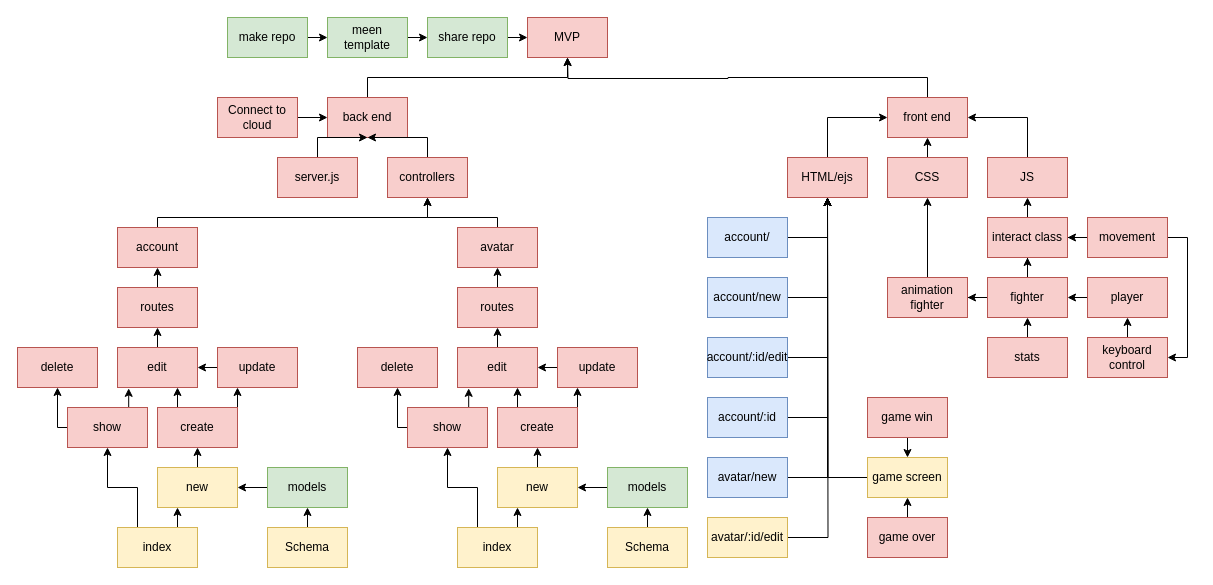
This is planning/flow chart.drawio from nick3point5/ga-fighters, a draw.io file, before an edit. Source tidied: cells renumbered, new cells numbered last; positions are measured from the earlier drawing's top-left corner, leaving out a move shared by most shapes. Both pictures are drawn from the tidied source at 100%, with x=0, y=0 at pixel (17, 17).
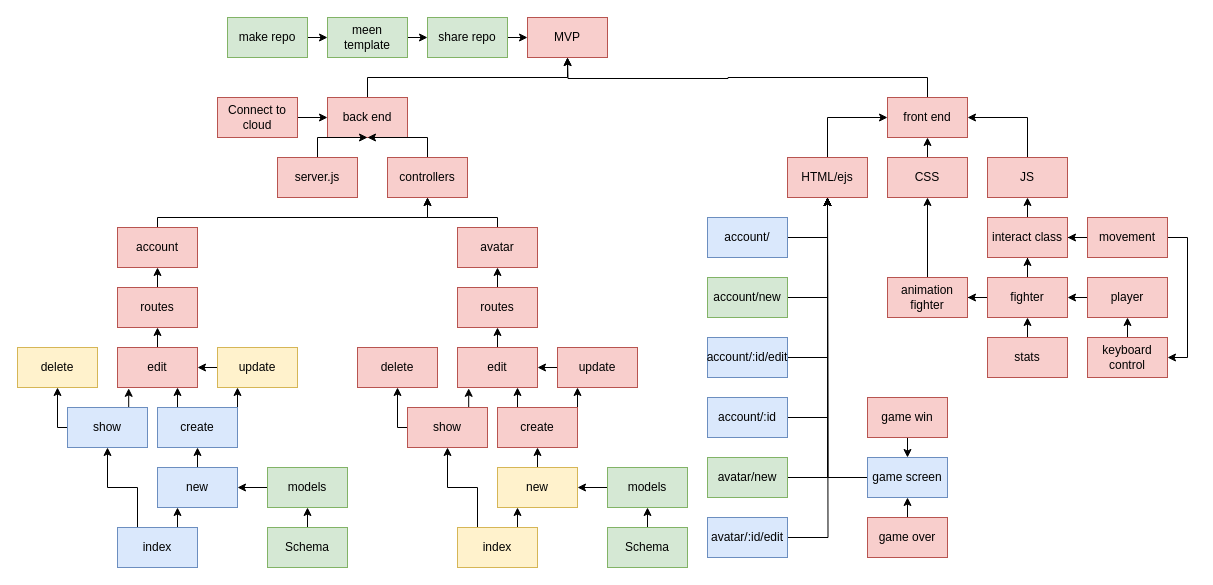
The same diagram, later.

What changed in the source:
```diff
@@
-    <mxCell id="7" value="create" style="rounded=0;whiteSpace=wrap;html=1;fillColor=#f8cecc;strokeColor=#b85450;" parent="1" vertex="1">
+    <mxCell id="7" value="create" style="rounded=0;whiteSpace=wrap;html=1;fillColor=#dae8fc;strokeColor=#6c8ebf;" parent="1" vertex="1">
       <mxGeometry x="140" y="390" width="80" height="40" as="geometry" />
     </mxCell>
@@
-    <mxCell id="21" value="show" style="rounded=0;whiteSpace=wrap;html=1;fillColor=#f8cecc;strokeColor=#b85450;" parent="1" vertex="1">
+    <mxCell id="21" value="show" style="rounded=0;whiteSpace=wrap;html=1;fillColor=#dae8fc;strokeColor=#6c8ebf;" parent="1" vertex="1">
       <mxGeometry x="50" y="390" width="80" height="40" as="geometry" />
     </mxCell>
@@
-    <mxCell id="24" value="delete" style="rounded=0;whiteSpace=wrap;html=1;fillColor=#f8cecc;strokeColor=#b85450;" parent="1" vertex="1">
+    <mxCell id="24" value="delete" style="rounded=0;whiteSpace=wrap;html=1;fillColor=#fff2cc;strokeColor=#d6b656;" parent="1" vertex="1">
       <mxGeometry y="330" width="80" height="40" as="geometry" />
     </mxCell>
@@
-    <mxCell id="26" value="update" style="rounded=0;whiteSpace=wrap;html=1;fillColor=#f8cecc;strokeColor=#b85450;" parent="1" vertex="1">
+    <mxCell id="26" value="update" style="rounded=0;whiteSpace=wrap;html=1;fillColor=#fff2cc;strokeColor=#d6b656;" parent="1" vertex="1">
       <mxGeometry x="200" y="330" width="80" height="40" as="geometry" />
     </mxCell>
@@
-    <mxCell id="34" value="Schema" style="rounded=0;whiteSpace=wrap;html=1;fillColor=#fff2cc;strokeColor=#d6b656;" parent="1" vertex="1">
+    <mxCell id="34" value="Schema" style="rounded=0;whiteSpace=wrap;html=1;fillColor=#d5e8d4;strokeColor=#82b366;" parent="1" vertex="1">
       <mxGeometry x="250" y="510" width="80" height="40" as="geometry" />
     </mxCell>
@@
-    <mxCell id="37" value="index" style="rounded=0;whiteSpace=wrap;html=1;fillColor=#fff2cc;strokeColor=#d6b656;" parent="1" vertex="1">
+    <mxCell id="37" value="index" style="rounded=0;whiteSpace=wrap;html=1;fillColor=#dae8fc;strokeColor=#6c8ebf;" parent="1" vertex="1">
       <mxGeometry x="100" y="510" width="80" height="40" as="geometry" />
     </mxCell>
@@
-    <mxCell id="39" value="new" style="rounded=0;whiteSpace=wrap;html=1;fillColor=#fff2cc;strokeColor=#d6b656;" parent="1" vertex="1">
+    <mxCell id="39" value="new" style="rounded=0;whiteSpace=wrap;html=1;fillColor=#dae8fc;strokeColor=#6c8ebf;" parent="1" vertex="1">
       <mxGeometry x="140" y="450" width="80" height="40" as="geometry" />
     </mxCell>
@@
-    <mxCell id="60" value="Schema" style="rounded=0;whiteSpace=wrap;html=1;fillColor=#fff2cc;strokeColor=#d6b656;" parent="1" vertex="1">
+    <mxCell id="60" value="Schema" style="rounded=0;whiteSpace=wrap;html=1;fillColor=#d5e8d4;strokeColor=#82b366;" parent="1" vertex="1">
       <mxGeometry x="590" y="510" width="80" height="40" as="geometry" />
     </mxCell>
@@
-    <mxCell id="77" value="account/new" style="rounded=0;whiteSpace=wrap;html=1;fillColor=#dae8fc;strokeColor=#6c8ebf;" parent="1" vertex="1">
+    <mxCell id="77" value="account/new" style="rounded=0;whiteSpace=wrap;html=1;fillColor=#d5e8d4;strokeColor=#82b366;" parent="1" vertex="1">
       <mxGeometry x="690" y="260" width="80" height="40" as="geometry" />
     </mxCell>
@@
-    <mxCell id="95" value="game screen" style="rounded=0;whiteSpace=wrap;html=1;fillColor=#fff2cc;strokeColor=#d6b656;" parent="1" vertex="1">
+    <mxCell id="95" value="game screen" style="rounded=0;whiteSpace=wrap;html=1;fillColor=#dae8fc;strokeColor=#6c8ebf;" parent="1" vertex="1">
       <mxGeometry x="850" y="440" width="80" height="40" as="geometry" />
     </mxCell>
@@
-    <mxCell id="105" value="avatar/new" style="rounded=0;whiteSpace=wrap;html=1;fillColor=#dae8fc;strokeColor=#6c8ebf;" parent="1" vertex="1">
+    <mxCell id="105" value="avatar/new" style="rounded=0;whiteSpace=wrap;html=1;fillColor=#d5e8d4;strokeColor=#82b366;" parent="1" vertex="1">
       <mxGeometry x="690" y="440" width="80" height="40" as="geometry" />
     </mxCell>
@@
-    <mxCell id="107" value="avatar/:id/edit" style="rounded=0;whiteSpace=wrap;html=1;fillColor=#fff2cc;strokeColor=#d6b656;" parent="1" vertex="1">
+    <mxCell id="107" value="avatar/:id/edit" style="rounded=0;whiteSpace=wrap;html=1;fillColor=#dae8fc;strokeColor=#6c8ebf;" parent="1" vertex="1">
       <mxGeometry x="690" y="500" width="80" height="40" as="geometry" />
     </mxCell>
```
